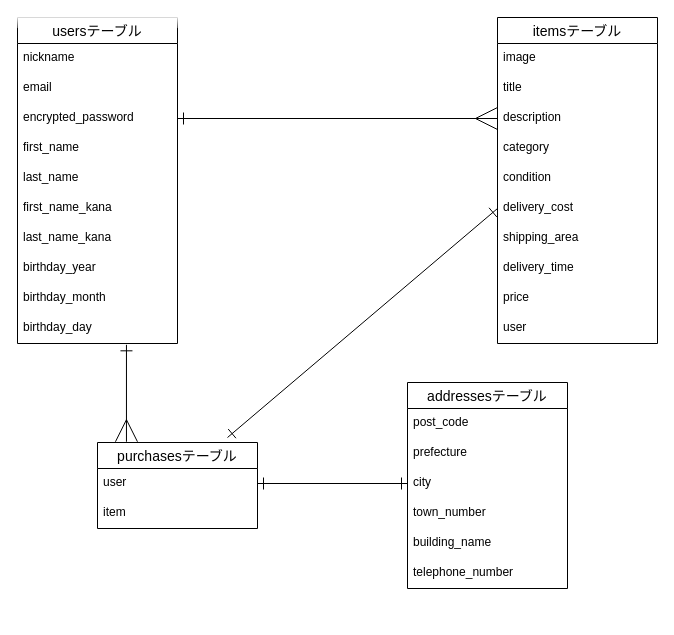
Earlier version of the draw.io diagram furima.dio (simanun/furima-39841). Source tidied: cells renumbered, new cells numbered last; positions are measured from the earlier drawing's top-left corner, leaving out a move shared by most shapes. Both pictures are drawn from the tidied source at 100%, with x=0, y=0 at pixel (17, 17).
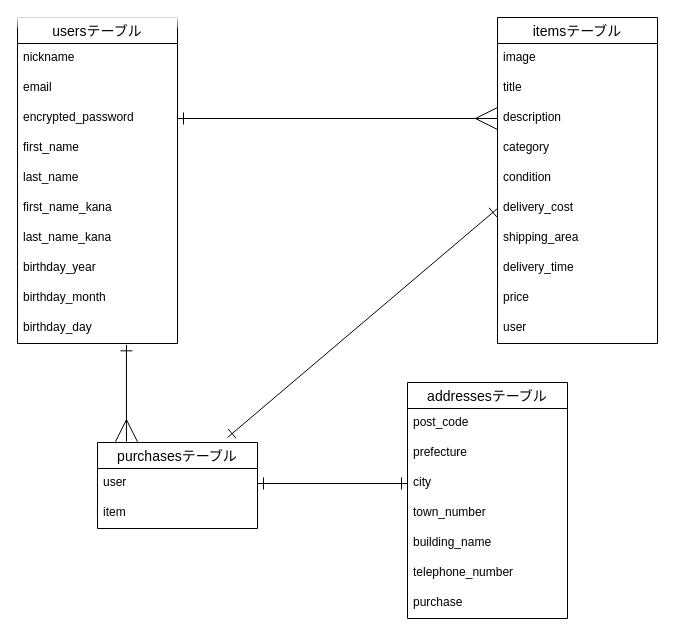
Above is the later version.

Commit message:
ER図addressesテーブルの修正

The edit, as a diff of the source:
```diff
@@
     <mxCell id="27" value="addressesテーブル" style="swimlane;fontStyle=0;horizontal=1;startSize=26;align=center;fontSize=14;" parent="1" vertex="1">
-      <mxGeometry x="390" y="365" width="160" height="206" as="geometry" />
+      <mxGeometry x="390" y="365" width="160" height="236" as="geometry" />
     </mxCell>
@@
+    <mxCell id="38" value="purchase" style="text;strokeColor=none;fillColor=none;spacingLeft=4;spacingRight=4;overflow=hidden;fontSize=12;" parent="27" vertex="1">
+      <mxGeometry y="206" width="160" height="30" as="geometry" />
+    </mxCell>
```
